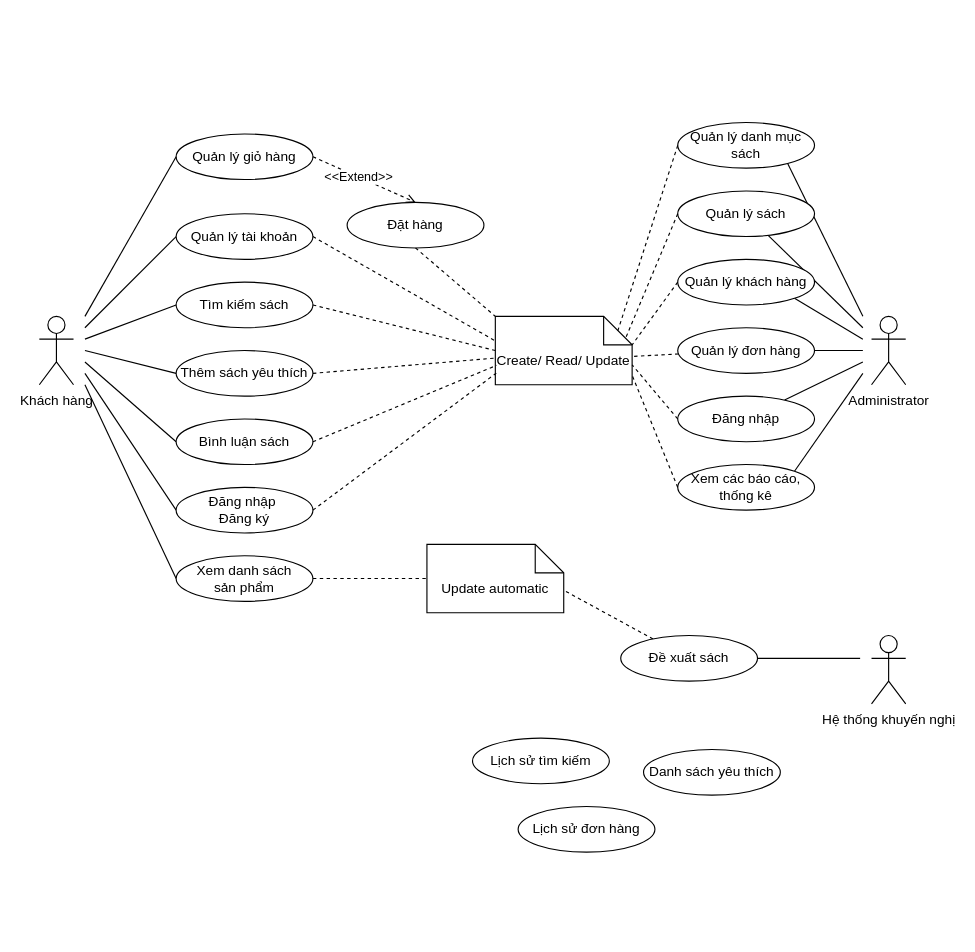
The draw.io diagram page "TongQuat" (1 of 9) of usecase.drawio in QuangHuy2201/FinalProject-Diagrams, before the edit. Source tidied: cells renumbered, new cells numbered last; positions are measured from the earlier drawing's top-left corner, leaving out a move shared by most shapes. Both pictures are drawn from the tidied source at 114%, with x=0, y=0 at pixel (39, 122).
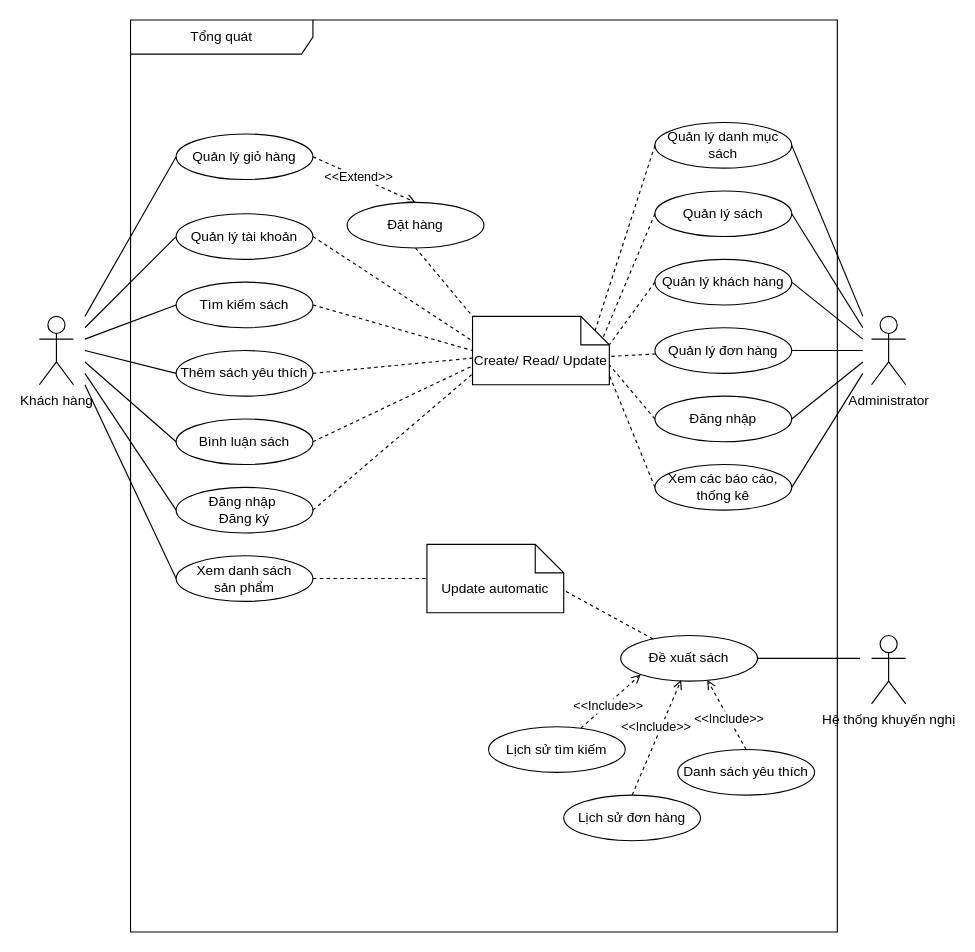
Above is the later version.

Commit message:
Cập nhật usecase.drawio

Unchanged cells that the change refers to:
```xml
<mxCell id="50" value="Đề xuất sách" style="ellipse;whiteSpace=wrap;html=1;" parent="1" vertex="1">
  <mxGeometry x="510" y="450" width="120" height="40" as="geometry" />
</mxCell>
```

Diff of the diagram source:
```diff
@@
-    <mxCell id="2" style="rounded=0;jettySize=auto;html=1;endArrow=none;endFill=0;exitX=0.801;exitY=0.883;exitDx=0;exitDy=0;exitPerimeter=0;" parent="1" edge="1" source="3">
+    <mxCell id="2" style="rounded=0;jettySize=auto;html=1;endArrow=none;endFill=0;exitX=1;exitY=0.5;exitDx=0;exitDy=0;" parent="1" edge="1" source="3">
       <mxGeometry relative="1" as="geometry">
         <mxPoint x="722.4" y="170" as="targetPoint" />
       </mxGeometry>
     </mxCell>
     <mxCell id="3" value="Quản lý danh mục sách" style="ellipse;whiteSpace=wrap;html=1;" parent="1" vertex="1">
-      <mxGeometry x="560" width="120" height="40" as="geometry" />
+      <mxGeometry x="540" width="120" height="40" as="geometry" />
     </mxCell>
@@
-    <mxCell id="5" style="rounded=0;jettySize=auto;html=1;endArrow=none;endFill=0;" parent="1" edge="1" source="6">
+    <mxCell id="5" style="rounded=0;jettySize=auto;html=1;endArrow=none;endFill=0;exitX=1;exitY=0.5;exitDx=0;exitDy=0;" parent="1" edge="1" source="6">
       <mxGeometry relative="1" as="geometry">
         <mxPoint x="722.4" y="180" as="targetPoint" />
       </mxGeometry>
     </mxCell>
     <mxCell id="6" value="Quản lý sách" style="ellipse;whiteSpace=wrap;html=1;" parent="1" vertex="1">
-      <mxGeometry x="560" y="60" width="120" height="40" as="geometry" />
+      <mxGeometry x="540" y="60" width="120" height="40" as="geometry" />
     </mxCell>
@@
-    <mxCell id="8" style="rounded=0;jettySize=auto;html=1;exitX=1;exitY=1;exitDx=0;exitDy=0;endArrow=none;endFill=0;" parent="1" edge="1" source="9">
+    <mxCell id="8" style="rounded=0;jettySize=auto;html=1;exitX=1;exitY=0.5;exitDx=0;exitDy=0;endArrow=none;endFill=0;" parent="1" edge="1" source="9">
       <mxGeometry relative="1" as="geometry">
         <mxPoint x="722.4" y="190" as="targetPoint" />
       </mxGeometry>
     </mxCell>
     <mxCell id="9" value="Quản lý khách hàng" style="ellipse;whiteSpace=wrap;html=1;" parent="1" vertex="1">
-      <mxGeometry x="560" y="120" width="120" height="40" as="geometry" />
+      <mxGeometry x="540" y="120" width="120" height="40" as="geometry" />
     </mxCell>
@@
     <mxCell id="11" value="Quản lý đơn hàng" style="ellipse;whiteSpace=wrap;html=1;" parent="1" vertex="1">
-      <mxGeometry x="560" y="180" width="120" height="40" as="geometry" />
+      <mxGeometry x="540" y="180" width="120" height="40" as="geometry" />
     </mxCell>
-    <mxCell id="12" style="rounded=0;jettySize=auto;html=1;endArrow=none;endFill=0;exitX=1;exitY=0;exitDx=0;exitDy=0;" parent="1" edge="1" source="13">
+    <mxCell id="12" style="rounded=0;jettySize=auto;html=1;endArrow=none;endFill=0;exitX=1;exitY=0.5;exitDx=0;exitDy=0;" parent="1" edge="1" source="13">
       <mxGeometry relative="1" as="geometry">
         <mxPoint x="722.4" y="220" as="targetPoint" />
       </mxGeometry>
     </mxCell>
     <mxCell id="13" value="Xem các báo cáo, thống kê" style="ellipse;whiteSpace=wrap;html=1;" parent="1" vertex="1">
-      <mxGeometry x="560" y="300" width="120" height="40" as="geometry" />
+      <mxGeometry x="540" y="300" width="120" height="40" as="geometry" />
     </mxCell>
@@
-    <mxCell id="32" style="rounded=0;jettySize=auto;html=1;endArrow=none;endFill=0;" parent="1" edge="1" source="33">
+    <mxCell id="32" style="rounded=0;jettySize=auto;html=1;endArrow=none;endFill=0;exitX=1;exitY=0.5;exitDx=0;exitDy=0;" parent="1" edge="1" source="33">
       <mxGeometry relative="1" as="geometry">
         <mxPoint x="722.4" y="210" as="targetPoint" />
       </mxGeometry>
     </mxCell>
     <mxCell id="33" value="Đăng nhập" style="ellipse;whiteSpace=wrap;html=1;" parent="1" vertex="1">
-      <mxGeometry x="560" y="240" width="120" height="40" as="geometry" />
+      <mxGeometry x="540" y="240" width="120" height="40" as="geometry" />
     </mxCell>
     <mxCell id="34" value="Create/ Read/ Update" style="shape=note2;boundedLbl=1;whiteSpace=wrap;html=1;size=25;verticalAlign=top;align=center;" parent="1" vertex="1">
-      <mxGeometry x="400" y="170" width="120" height="60" as="geometry" />
+      <mxGeometry x="380" y="170" width="120" height="60" as="geometry" />
     </mxCell>
@@
+    <mxCell id="56" style="rounded=0;jettySize=auto;html=1;entryX=0;entryY=1;entryDx=0;entryDy=0;dashed=1;endArrow=open;endFill=0;" parent="1" edge="1" source="53" target="50">
+      <mxGeometry relative="1" as="geometry" />
+    </mxCell>
+    <mxCell id="57" value="&amp;lt;&amp;lt;Include&amp;gt;&amp;gt;" style="edgeLabel;html=1;align=center;verticalAlign=middle;" parent="56" vertex="1">
+      <mxGeometry x="-0.11" y="-1" relative="1" as="geometry" />
+    </mxCell>
+    <mxCell id="58" style="rounded=0;jettySize=auto;html=1;exitX=0.5;exitY=0;exitDx=0;exitDy=0;dashed=1;endArrow=open;endFill=0;entryX=0.633;entryY=0.975;entryDx=0;entryDy=0;entryPerimeter=0;" parent="1" edge="1" source="55" target="50">
+      <mxGeometry relative="1" as="geometry" />
+    </mxCell>
+    <mxCell id="59" value="&amp;lt;&amp;lt;Include&amp;gt;&amp;gt;" style="edgeLabel;html=1;align=center;verticalAlign=middle;" parent="58" vertex="1">
+      <mxGeometry x="-0.08" relative="1" as="geometry" />
+    </mxCell>
+    <mxCell id="60" style="rounded=0;jettySize=auto;html=1;exitX=0.5;exitY=0;exitDx=0;exitDy=0;entryX=0.442;entryY=0.975;entryDx=0;entryDy=0;entryPerimeter=0;dashed=1;endArrow=open;endFill=0;" parent="1" edge="1" source="54" target="50">
+      <mxGeometry relative="1" as="geometry" />
+    </mxCell>
+    <mxCell id="61" value="&amp;lt;&amp;lt;Include&amp;gt;&amp;gt;" style="edgeLabel;html=1;align=center;verticalAlign=middle;" parent="60" vertex="1">
+      <mxGeometry x="-0.11" y="-2" relative="1" as="geometry">
+        <mxPoint x="-1" y="-16" as="offset" />
+      </mxGeometry>
+    </mxCell>
+    <mxCell id="62" value="Tổng quát" style="shape=umlFrame;whiteSpace=wrap;html=1;width=160;" parent="1" vertex="1">
+      <mxGeometry x="80" y="-90" width="620" height="800" as="geometry" />
+    </mxCell>
+    <mxCell id="55" value="Danh sách yêu thích" style="ellipse;whiteSpace=wrap;html=1;" parent="62" vertex="1">
+      <mxGeometry x="480" y="640" width="120" height="40" as="geometry" />
+    </mxCell>
+    <mxCell id="54" value="Lịch sử đơn hàng" style="ellipse;whiteSpace=wrap;html=1;" parent="62" vertex="1">
+      <mxGeometry x="380" y="680" width="120" height="40" as="geometry" />
+    </mxCell>
-    <mxCell id="53" value="Lịch sử tìm kiếm" style="ellipse;whiteSpace=wrap;html=1;" parent="1" vertex="1">
-      <mxGeometry x="380" y="540" width="120" height="40" as="geometry" />
+    <mxCell id="53" value="Lịch sử tìm kiếm" style="ellipse;whiteSpace=wrap;html=1;" parent="62" vertex="1">
+      <mxGeometry x="314" y="620" width="120" height="40" as="geometry" />
     </mxCell>
-    <mxCell id="54" value="Lịch sử đơn hàng" style="ellipse;whiteSpace=wrap;html=1;" parent="1" vertex="1">
-      <mxGeometry x="420" y="600" width="120" height="40" as="geometry" />
-    </mxCell>
-    <mxCell id="55" value="Danh sách yêu thích" style="ellipse;whiteSpace=wrap;html=1;" parent="1" vertex="1">
-      <mxGeometry x="530" y="550" width="120" height="40" as="geometry" />
-    </mxCell>
```
